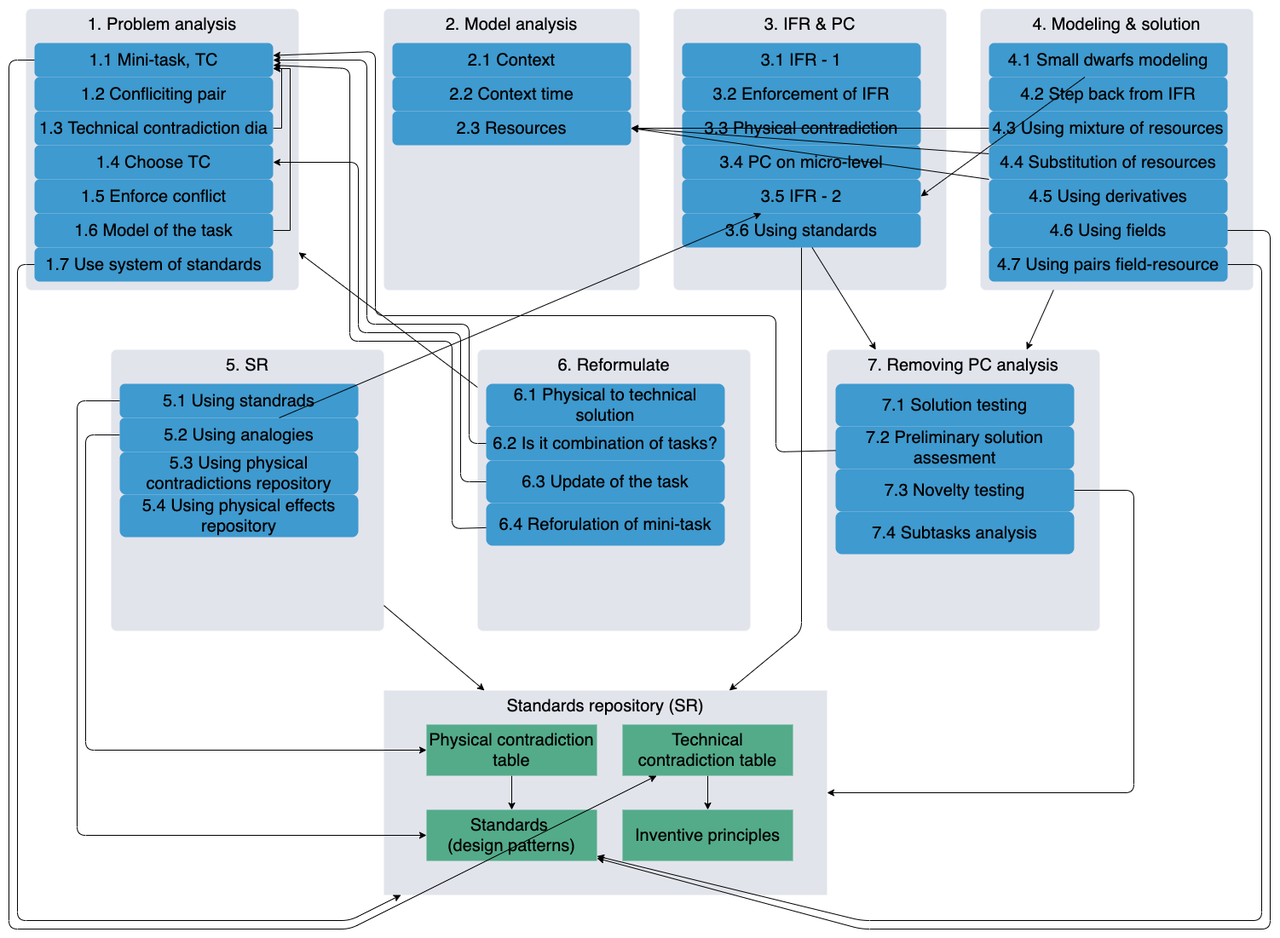
Earlier version of the draw.io export Neurotechnologies_and_TRIZ/TRIZ-ARIZ.png (max-talanov/1). Source tidied: cells renumbered, new cells last; positions are measured from the earlier drawing's top-left corner, leaving out a move shared by most shapes.
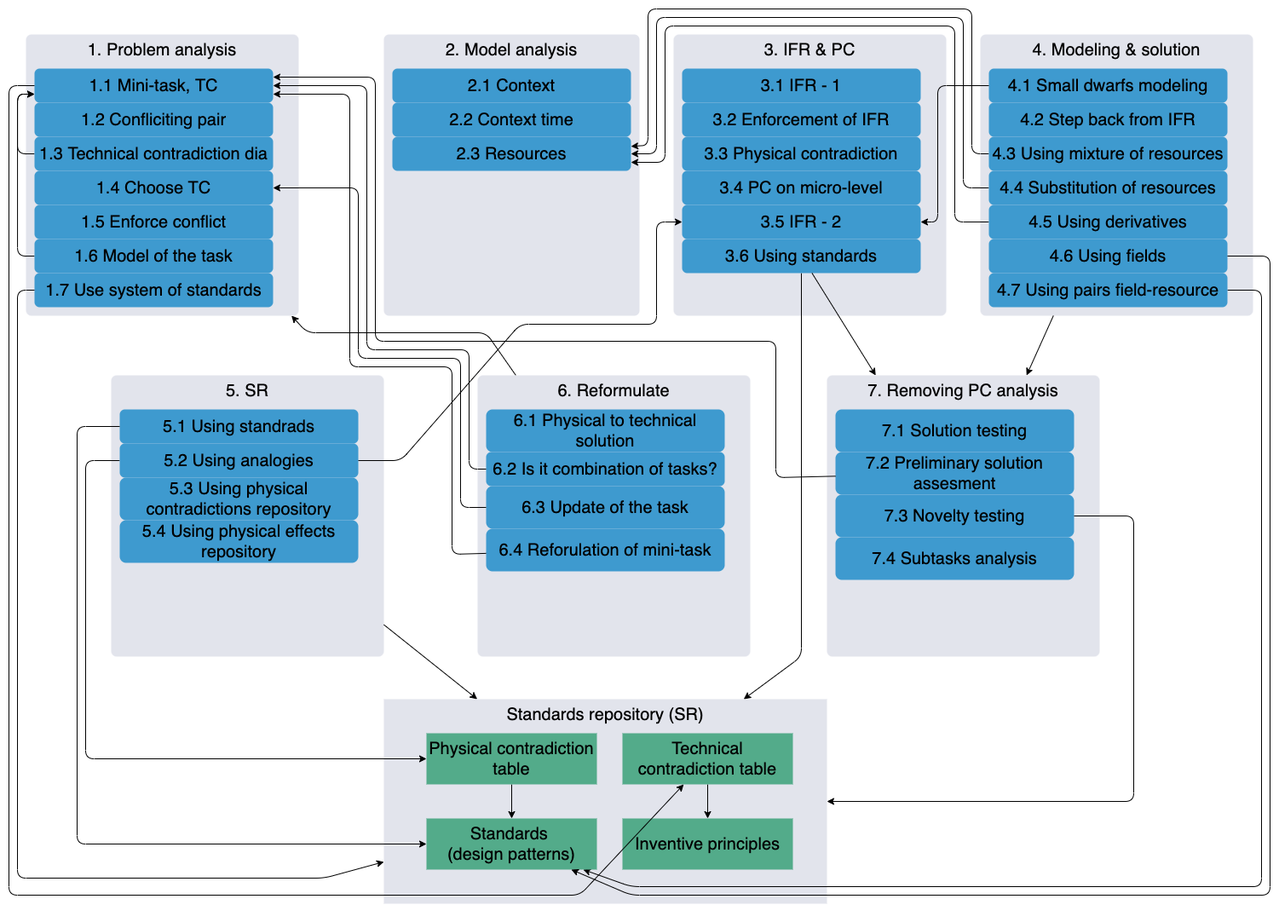
Above is the later version.

Commit message:
TRIZ: corrected ARIZ

Diff of the diagram source:
```diff
@@ -3,13 +3,18 @@
     <mxCell id="0" />
     <mxCell id="1" value="2" parent="0" />
     <mxCell id="2" style="rounded=1;whiteSpace=wrap;html=1;arcSize=2;strokeColor=none;" parent="1" vertex="1">
-      <mxGeometry width="1500" height="1100" as="geometry" />
+      <mxGeometry y="-30" width="1500" height="1080" as="geometry" />
     </mxCell>
-    <mxCell id="3" style="rounded=0;jettySize=auto;html=1;fontSize=20;" parent="1" edge="1" source="7" target="12">
-      <mxGeometry relative="1" as="geometry" />
+    <mxCell id="3" style="jettySize=auto;html=1;fontSize=20;rounded=1;" parent="1" edge="1" source="7" target="12">
+      <mxGeometry relative="1" as="geometry">
+        <Array as="points">
+          <mxPoint x="570" y="360" />
+          <mxPoint x="360" y="360" />
+        </Array>
+      </mxGeometry>
     </mxCell>
     <mxCell id="4" value="Standards repository (SR)" style="rounded=0;whiteSpace=wrap;html=1;fontSize=20;verticalAlign=top;fillColor=#E2E4EC;strokeColor=none;" parent="1" vertex="1">
-      <mxGeometry x="450" y="810" width="520" height="240" as="geometry" />
+      <mxGeometry x="450" y="790" width="520" height="240" as="geometry" />
     </mxCell>
     <mxCell id="5" value="1" parent="0" />
     <mxCell id="6" style="edgeStyle=orthogonalEdgeStyle;rounded=0;jettySize=auto;html=1;fontSize=20;fillColor=#fff2cc;strokeColor=#000000;" parent="5" edge="1" source="13" target="14">
@@ -34,16 +39,16 @@
       <mxGeometry x="30" y="10" width="320" height="330" as="geometry" />
     </mxCell>
     <mxCell id="13" value="Technical contradiction table" style="rounded=1;whiteSpace=wrap;html=1;fillColor=#53AB8A;strokeColor=none;fontSize=20;arcSize=0;" parent="5" vertex="1">
-      <mxGeometry x="730" y="850" width="200" height="60" as="geometry" />
+      <mxGeometry x="730" y="830" width="200" height="60" as="geometry" />
     </mxCell>
     <mxCell id="14" value="Inventive principles" style="rounded=1;whiteSpace=wrap;html=1;fillColor=#53AB8A;strokeColor=none;fontSize=20;arcSize=0;" parent="5" vertex="1">
-      <mxGeometry x="730" y="950" width="200" height="60" as="geometry" />
+      <mxGeometry x="730" y="930" width="200" height="60" as="geometry" />
     </mxCell>
     <mxCell id="15" style="edgeStyle=none;rounded=0;jettySize=auto;html=1;" parent="5" edge="1" source="16" target="50">
       <mxGeometry relative="1" as="geometry" />
     </mxCell>
     <mxCell id="16" value="Physical contradiction table" style="rounded=1;whiteSpace=wrap;html=1;fillColor=#53AB8A;strokeColor=none;fontSize=20;arcSize=0;" parent="5" vertex="1">
-      <mxGeometry x="500" y="850" width="200" height="60" as="geometry" />
+      <mxGeometry x="500" y="830" width="200" height="60" as="geometry" />
     </mxCell>
     <mxCell id="17" value="1.1 Mini-task, TC" style="rounded=1;whiteSpace=wrap;html=1;fillColor=#3E9ACF;strokeColor=none;fontSize=20;" parent="5" vertex="1">
       <mxGeometry x="40" y="50" width="280" height="40" as="geometry" />
@@ -51,11 +56,12 @@
     <mxCell id="18" value="1.2 Confliciting pair" style="rounded=1;whiteSpace=wrap;html=1;fillColor=#3E9ACF;strokeColor=none;fontSize=20;" parent="5" vertex="1">
       <mxGeometry x="40" y="90" width="280" height="40" as="geometry" />
     </mxCell>
-    <mxCell id="19" style="edgeStyle=orthogonalEdgeStyle;rounded=0;jettySize=auto;html=1;entryX=1;entryY=0.75;entryDx=0;entryDy=0;" parent="5" edge="1" source="20" target="17">
+    <mxCell id="19" style="edgeStyle=orthogonalEdgeStyle;rounded=1;jettySize=auto;html=1;" parent="5" edge="1" source="20">
       <mxGeometry relative="1" as="geometry">
+        <mxPoint x="40" y="80" as="targetPoint" />
         <Array as="points">
-          <mxPoint x="330" y="150" />
-          <mxPoint x="330" y="80" />
+          <mxPoint x="20" y="150" />
+          <mxPoint x="20" y="80" />
         </Array>
       </mxGeometry>
     </mxCell>
@@ -68,11 +74,12 @@
     <mxCell id="22" value="1.5 Enforce conflict" style="rounded=1;whiteSpace=wrap;html=1;fillColor=#3E9ACF;strokeColor=none;fontSize=20;" parent="5" vertex="1">
       <mxGeometry x="40" y="210" width="280" height="40" as="geometry" />
     </mxCell>
-    <mxCell id="23" style="edgeStyle=orthogonalEdgeStyle;rounded=0;jettySize=auto;html=1;entryX=1;entryY=0.75;entryDx=0;entryDy=0;" parent="5" edge="1" source="24" target="17">
+    <mxCell id="23" style="edgeStyle=orthogonalEdgeStyle;rounded=1;jettySize=auto;html=1;" parent="5" edge="1" source="24">
       <mxGeometry relative="1" as="geometry">
+        <mxPoint x="40" y="80" as="targetPoint" />
         <Array as="points">
-          <mxPoint x="340" y="270" />
-          <mxPoint x="340" y="80" />
+          <mxPoint x="20" y="270" />
+          <mxPoint x="20" y="80" />
         </Array>
       </mxGeometry>
     </mxCell>
@@ -131,20 +138,41 @@
     <mxCell id="40" value="4.2 Step back from IFR" style="rounded=1;whiteSpace=wrap;html=1;fillColor=#3E9ACF;strokeColor=none;fontSize=20;" parent="5" vertex="1">
       <mxGeometry x="1160" y="90" width="280" height="40" as="geometry" />
     </mxCell>
-    <mxCell id="41" style="rounded=0;jettySize=auto;html=1;" parent="5" edge="1" source="42" target="28">
-      <mxGeometry relative="1" as="geometry" />
+    <mxCell id="41" style="rounded=1;jettySize=auto;html=1;" parent="5" edge="1" source="42" target="28">
+      <mxGeometry relative="1" as="geometry">
+        <Array as="points">
+          <mxPoint x="1140" y="150" />
+          <mxPoint x="1140" y="-20" />
+          <mxPoint x="760" y="-20" />
+          <mxPoint x="760" y="140" />
+        </Array>
+      </mxGeometry>
     </mxCell>
     <mxCell id="42" value="4.3 Using mixture of resources" style="rounded=1;whiteSpace=wrap;html=1;fillColor=#3E9ACF;strokeColor=none;fontSize=20;" parent="5" vertex="1">
       <mxGeometry x="1160" y="130" width="280" height="40" as="geometry" />
     </mxCell>
-    <mxCell id="43" style="rounded=0;jettySize=auto;html=1;entryX=1;entryY=0.5;entryDx=0;entryDy=0;" parent="5" edge="1" source="44" target="28">
-      <mxGeometry relative="1" as="geometry" />
+    <mxCell id="43" style="rounded=1;jettySize=auto;html=1;entryX=1;entryY=0.5;entryDx=0;entryDy=0;" parent="5" edge="1" source="44" target="28">
+      <mxGeometry relative="1" as="geometry">
+        <Array as="points">
+          <mxPoint x="1130" y="190" />
+          <mxPoint x="1130" y="-10" />
+          <mxPoint x="770" y="-10" />
+          <mxPoint x="770" y="150" />
+        </Array>
+      </mxGeometry>
     </mxCell>
     <mxCell id="44" value="4.4 Substitution of resources" style="rounded=1;whiteSpace=wrap;html=1;fillColor=#3E9ACF;strokeColor=none;fontSize=20;" parent="5" vertex="1">
       <mxGeometry x="1160" y="170" width="280" height="40" as="geometry" />
     </mxCell>
-    <mxCell id="45" style="rounded=0;jettySize=auto;html=1;entryX=1;entryY=0.5;entryDx=0;entryDy=0;" parent="5" edge="1" source="46" target="28">
-      <mxGeometry relative="1" as="geometry" />
+    <mxCell id="45" style="rounded=1;jettySize=auto;html=1;entryX=1;entryY=0.75;entryDx=0;entryDy=0;" parent="5" edge="1" source="46" target="28">
+      <mxGeometry relative="1" as="geometry">
+        <Array as="points">
+          <mxPoint x="1120" y="230" />
+          <mxPoint x="1120" />
+          <mxPoint x="780" />
+          <mxPoint x="780" y="160" />
+        </Array>
+      </mxGeometry>
     </mxCell>
     <mxCell id="46" value="4.5 Using derivatives" style="rounded=1;whiteSpace=wrap;html=1;fillColor=#3E9ACF;strokeColor=none;fontSize=20;" parent="5" vertex="1">
       <mxGeometry x="1160" y="210" width="280" height="40" as="geometry" />
@@ -156,8 +184,8 @@
       <mxGeometry relative="1" as="geometry">
         <Array as="points">
           <mxPoint x="1480" y="310" />
-          <mxPoint x="1480" y="1080" />
-          <mxPoint x="1010" y="1080" />
+          <mxPoint x="1480" y="1010" />
+          <mxPoint x="740" y="1010" />
         </Array>
       </mxGeometry>
     </mxCell>
@@ -165,7 +193,7 @@
       <mxGeometry x="1160" y="290" width="280" height="40" as="geometry" />
     </mxCell>
     <mxCell id="50" value="Standards &lt;br&gt;(design patterns)" style="rounded=1;whiteSpace=wrap;html=1;fillColor=#53AB8A;strokeColor=none;fontSize=20;arcSize=0;" parent="5" vertex="1">
-      <mxGeometry x="500" y="950" width="200" height="60" as="geometry" />
+      <mxGeometry x="500" y="930" width="200" height="60" as="geometry" />
     </mxCell>
     <mxCell id="51" value="5. SR" style="rounded=1;whiteSpace=wrap;html=1;fillColor=#E2E4EC;strokeColor=none;fontSize=20;arcSize=2;horizontal=1;verticalAlign=top;" parent="5" vertex="1">
       <mxGeometry x="130" y="410" width="320" height="330" as="geometry" />
@@ -177,7 +205,7 @@
       <mxGeometry relative="1" as="geometry">
         <Array as="points">
           <mxPoint x="100" y="510" />
-          <mxPoint x="100" y="880" />
+          <mxPoint x="100" y="860" />
         </Array>
       </mxGeometry>
     </mxCell>
@@ -193,11 +221,23 @@
     <mxCell id="57" style="rounded=0;jettySize=auto;html=1;" parent="5" edge="1" source="37" target="63">
       <mxGeometry relative="1" as="geometry" />
     </mxCell>
-    <mxCell id="58" style="rounded=0;jettySize=auto;html=1;entryX=1;entryY=0.5;entryDx=0;entryDy=0;" parent="5" edge="1" source="39" target="35">
-      <mxGeometry relative="1" as="geometry" />
+    <mxCell id="58" style="rounded=1;jettySize=auto;html=1;entryX=1;entryY=0.5;entryDx=0;entryDy=0;" parent="5" edge="1" source="39" target="35">
+      <mxGeometry relative="1" as="geometry">
+        <Array as="points">
+          <mxPoint x="1100" y="70" />
+          <mxPoint x="1100" y="230" />
+        </Array>
+      </mxGeometry>
     </mxCell>
-    <mxCell id="59" style="rounded=0;jettySize=auto;html=1;" parent="5" edge="1" source="54" target="35">
-      <mxGeometry relative="1" as="geometry" />
+    <mxCell id="59" style="rounded=1;jettySize=auto;html=1;" parent="5" edge="1" source="54" target="35">
+      <mxGeometry relative="1" as="geometry">
+        <Array as="points">
+          <mxPoint x="470" y="510" />
+          <mxPoint x="610" y="350" />
+          <mxPoint x="770" y="350" />
+          <mxPoint x="770" y="230" />
+        </Array>
+      </mxGeometry>
     </mxCell>
     <mxCell id="60" style="rounded=1;jettySize=auto;html=1;" parent="5" edge="1" source="9" target="17">
       <mxGeometry relative="1" as="geometry">
@@ -219,7 +259,7 @@
         </Array>
       </mxGeometry>
     </mxCell>
-    <mxCell id="62" style="rounded=1;jettySize=auto;html=1;" parent="5" edge="1" source="11" target="17">
+    <mxCell id="62" style="rounded=1;jettySize=auto;html=1;entryX=1;entryY=0.75;entryDx=0;entryDy=0;" parent="5" edge="1" source="11" target="17">
       <mxGeometry relative="1" as="geometry">
         <Array as="points">
           <mxPoint x="530" y="620" />
@@ -248,11 +288,11 @@
       <mxGeometry relative="1" as="geometry">
         <Array as="points">
           <mxPoint x="1330" y="575" />
-          <mxPoint x="1330" y="930" />
+          <mxPoint x="1330" y="910" />
         </Array>
       </mxGeometry>
     </mxCell>
-    <mxCell id="69" style="rounded=1;jettySize=auto;html=1;" parent="5" edge="1" source="65" target="17">
+    <mxCell id="69" style="rounded=1;jettySize=auto;html=1;entryX=1;entryY=0.25;entryDx=0;entryDy=0;" parent="5" edge="1" source="65" target="17">
       <mxGeometry relative="1" as="geometry">
         <Array as="points">
           <mxPoint x="910" y="530" />
@@ -265,12 +305,12 @@
     <mxCell id="70" style="rounded=0;jettySize=auto;html=1;" parent="5" edge="1" source="38" target="63">
       <mxGeometry relative="1" as="geometry" />
     </mxCell>
-    <mxCell id="71" style="rounded=1;jettySize=auto;html=1;" parent="5" edge="1" source="25" target="4">
+    <mxCell id="71" value="&lt;br&gt;&lt;br&gt;&lt;br&gt;&lt;br&gt;&lt;br&gt;&lt;br&gt;&lt;br&gt;&lt;br&gt;&lt;br&gt;" style="rounded=1;jettySize=auto;html=1;" parent="5" edge="1" source="25" target="4">
       <mxGeometry relative="1" as="geometry">
         <Array as="points">
           <mxPoint x="20" y="310" />
-          <mxPoint x="20" y="1080" />
-          <mxPoint x="410" y="1080" />
+          <mxPoint x="20" y="1000" />
+          <mxPoint x="380" y="1000" />
         </Array>
       </mxGeometry>
     </mxCell>
@@ -278,8 +318,8 @@
       <mxGeometry relative="1" as="geometry">
         <Array as="points">
           <mxPoint x="10" y="70" />
-          <mxPoint x="10" y="1090" />
-          <mxPoint x="410" y="1090" />
+          <mxPoint x="10" y="1020" />
+          <mxPoint x="680" y="1020" />
         </Array>
       </mxGeometry>
     </mxCell>
@@ -290,7 +330,7 @@
       <mxGeometry relative="1" as="geometry">
         <Array as="points">
           <mxPoint x="90" y="470" />
-          <mxPoint x="90" y="980" />
+          <mxPoint x="90" y="960" />
         </Array>
       </mxGeometry>
     </mxCell>
@@ -298,8 +338,8 @@
       <mxGeometry relative="1" as="geometry">
         <Array as="points">
           <mxPoint x="1490" y="270" />
-          <mxPoint x="1490" y="1090" />
-          <mxPoint x="1010" y="1090" />
+          <mxPoint x="1490" y="1020" />
+          <mxPoint x="740" y="1020" />
         </Array>
       </mxGeometry>
     </mxCell>
```
